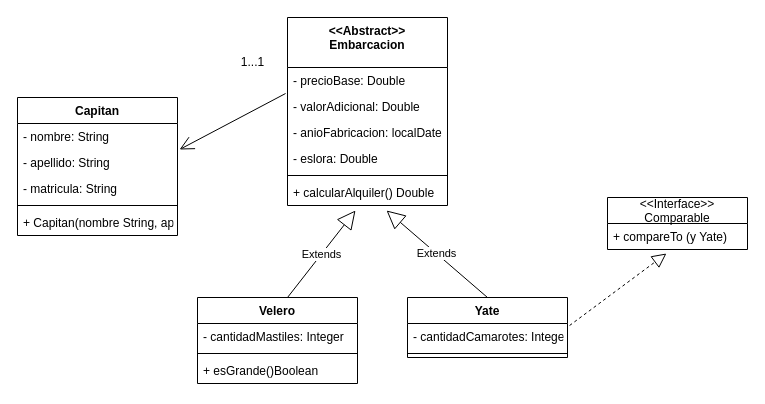
Above: diagrama_clase14S.drawio in NachoMol/POO (draw.io), before the change. Source tidied: cells renumbered, new cells numbered last; positions are measured from the earlier drawing's top-left corner, leaving out a move shared by most shapes. Both pictures are drawn from the tidied source at 100%, with x=0, y=0 at pixel (17, 17).
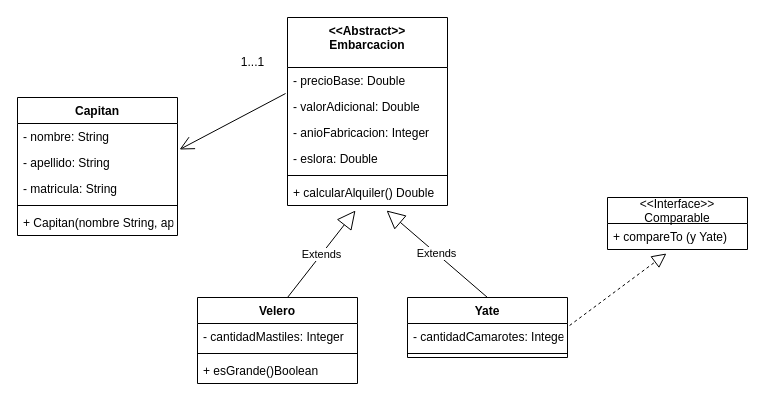
Above is the later version.

Commit message (it also covers changes not shown here):
agregando clases capitan y embarcacion, ademas corrijo atributo anioFabricacion

Unchanged cells that the change refers to:
```xml
<mxCell id="2" value="&lt;&lt;Abstract&gt;&gt;&#10;Embarcacion" style="swimlane;fontStyle=1;align=center;verticalAlign=top;horizontal=1;startSize=50;" parent="1" vertex="1">
  <mxGeometry x="270" width="160" height="188" as="geometry" />
</mxCell>
```

What changed in the source:
```diff
@@
-    <mxCell id="5" value="- anioFabricacion: localDate" style="text;strokeColor=none;fillColor=none;align=left;verticalAlign=top;spacingLeft=4;spacingRight=4;overflow=hidden;" parent="2" vertex="1">
+    <mxCell id="5" value="- anioFabricacion: Integer" style="text;strokeColor=none;fillColor=none;align=left;verticalAlign=top;spacingLeft=4;spacingRight=4;overflow=hidden;" parent="2" vertex="1">
       <mxGeometry y="102" width="160" height="26" as="geometry" />
     </mxCell>
```
